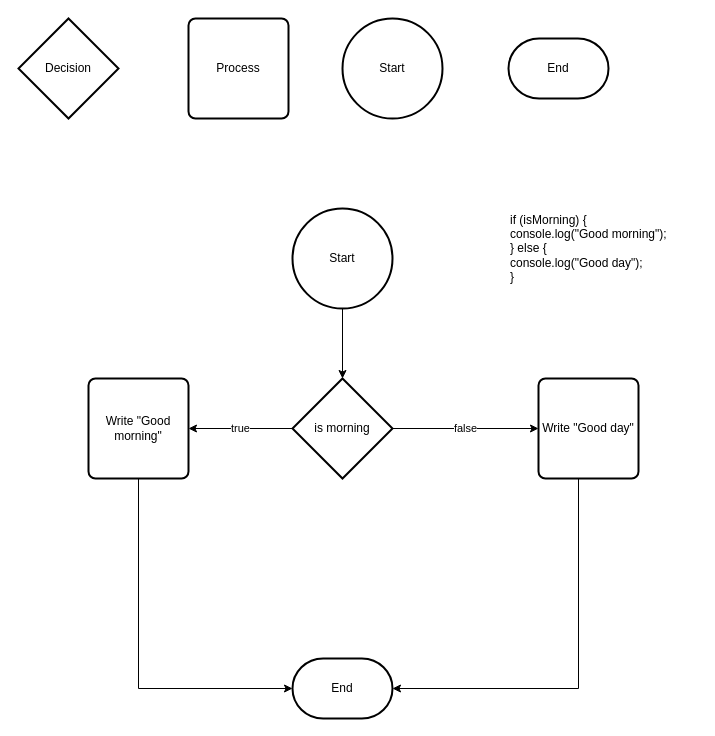
Before: page "Say hello" (1 of 6) of Untitled Diagram.drawio in YingCG/Algorithms-Learning, a draw.io diagram. Source tidied: cells renumbered, new cells numbered last; positions are measured from the earlier drawing's top-left corner, leaving out a move shared by most shapes. Both pictures are drawn from the tidied source at 100%, with x=0, y=0 at pixel (18, 18).
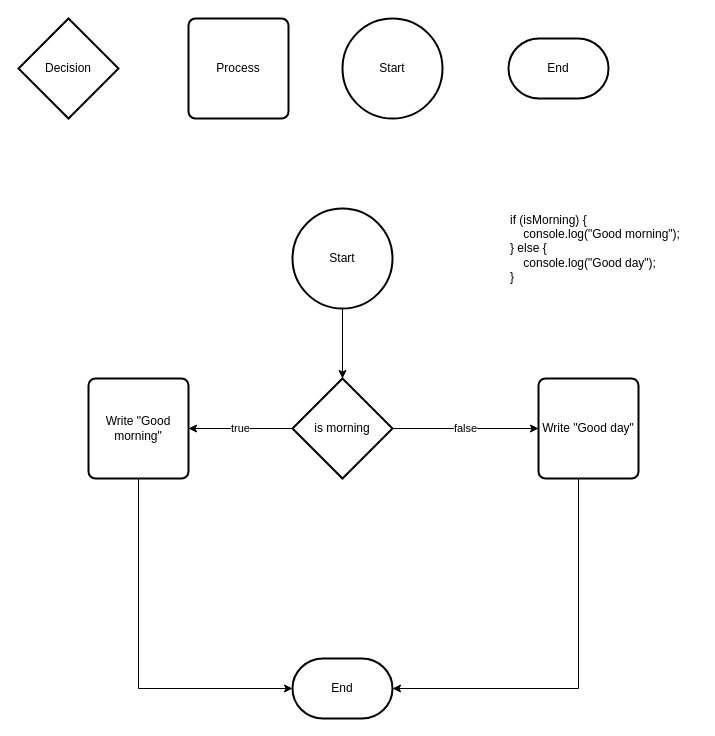
Above is the later version.

Diff of the diagram source:
```diff
@@
 <mxGraphModel>
   <root>
     <mxCell id="0" />
     <mxCell id="1" parent="0" />
     <mxCell id="2" value="Decision" style="strokeWidth=2;html=1;shape=mxgraph.flowchart.decision;whiteSpace=wrap;" parent="1" vertex="1">
       <mxGeometry width="100" height="100" as="geometry" />
     </mxCell>
     <mxCell id="3" value="Process" style="rounded=1;whiteSpace=wrap;html=1;absoluteArcSize=1;arcSize=14;strokeWidth=2;" parent="1" vertex="1">
       <mxGeometry x="170" width="100" height="100" as="geometry" />
     </mxCell>
     <mxCell id="4" value="Start" style="strokeWidth=2;html=1;shape=mxgraph.flowchart.start_2;whiteSpace=wrap;" parent="1" vertex="1">
       <mxGeometry x="324" width="100" height="100" as="geometry" />
     </mxCell>
     <mxCell id="5" value="End" style="strokeWidth=2;html=1;shape=mxgraph.flowchart.terminator;whiteSpace=wrap;" parent="1" vertex="1">
       <mxGeometry x="490" y="20" width="100" height="60" as="geometry" />
     </mxCell>
     <mxCell id="6" style="edgeStyle=orthogonalEdgeStyle;rounded=0;jettySize=auto;html=1;" parent="1" edge="1" source="7" target="10">
       <mxGeometry relative="1" as="geometry" />
     </mxCell>
     <mxCell id="7" value="Start" style="strokeWidth=2;html=1;shape=mxgraph.flowchart.start_2;whiteSpace=wrap;" parent="1" vertex="1">
       <mxGeometry x="274" y="190" width="100" height="100" as="geometry" />
     </mxCell>
     <mxCell id="8" value="true" style="edgeStyle=orthogonalEdgeStyle;rounded=0;jettySize=auto;html=1;entryX=1;entryY=0.5;entryDx=0;entryDy=0;" parent="1" edge="1" source="10" target="12">
       <mxGeometry relative="1" as="geometry" />
     </mxCell>
     <mxCell id="9" value="&lt;div&gt;false&lt;/div&gt;" style="edgeStyle=orthogonalEdgeStyle;rounded=0;jettySize=auto;html=1;" parent="1" edge="1" source="10" target="14">
       <mxGeometry relative="1" as="geometry" />
     </mxCell>
     <mxCell id="10" value="is morning" style="strokeWidth=2;html=1;shape=mxgraph.flowchart.decision;whiteSpace=wrap;" parent="1" vertex="1">
       <mxGeometry x="274" y="360" width="100" height="100" as="geometry" />
     </mxCell>
     <mxCell id="11" style="edgeStyle=orthogonalEdgeStyle;rounded=0;jettySize=auto;html=1;entryX=0;entryY=0.5;entryDx=0;entryDy=0;entryPerimeter=0;" parent="1" edge="1" source="12" target="15">
       <mxGeometry relative="1" as="geometry">
         <Array as="points">
           <mxPoint x="120" y="670" />
         </Array>
       </mxGeometry>
     </mxCell>
     <mxCell id="12" value="Write &quot;Good morning&quot;" style="rounded=1;whiteSpace=wrap;html=1;absoluteArcSize=1;arcSize=14;strokeWidth=2;" parent="1" vertex="1">
       <mxGeometry x="70" y="360" width="100" height="100" as="geometry" />
     </mxCell>
     <mxCell id="13" style="edgeStyle=orthogonalEdgeStyle;rounded=0;jettySize=auto;html=1;entryX=1;entryY=0.5;entryDx=0;entryDy=0;entryPerimeter=0;" parent="1" edge="1" source="14" target="15">
       <mxGeometry relative="1" as="geometry">
         <Array as="points">
           <mxPoint x="560" y="670" />
         </Array>
       </mxGeometry>
     </mxCell>
     <mxCell id="14" value="Write &quot;Good day&quot;" style="rounded=1;whiteSpace=wrap;html=1;absoluteArcSize=1;arcSize=14;strokeWidth=2;" parent="1" vertex="1">
       <mxGeometry x="520" y="360" width="100" height="100" as="geometry" />
     </mxCell>
     <mxCell id="15" value="End" style="strokeWidth=2;html=1;shape=mxgraph.flowchart.terminator;whiteSpace=wrap;" parent="1" vertex="1">
       <mxGeometry x="274" y="640" width="100" height="60" as="geometry" />
     </mxCell>
-    <mxCell id="16" value="&lt;div&gt;if (isMorning) {&lt;/div&gt;&lt;div&gt;console.log(&quot;Good morning&quot;);&lt;/div&gt;&lt;div&gt;} else {&lt;/div&gt;&lt;div&gt;console.log(&quot;Good day&quot;);&lt;/div&gt;&lt;div&gt;}&lt;br&gt;&lt;/div&gt;" style="text;html=1;align=left;verticalAlign=middle;strokeColor=none;" parent="1" vertex="1">
-      <mxGeometry x="490" y="190" width="180" height="80" as="geometry" />
+    <mxCell id="16" value="&lt;div&gt;if (isMorning) {&lt;/div&gt;&lt;div&gt;&amp;nbsp;&amp;nbsp;&amp;nbsp; console.log(&quot;Good morning&quot;);&lt;/div&gt;&lt;div&gt;} else {&lt;/div&gt;&lt;div&gt;&amp;nbsp;&amp;nbsp;&amp;nbsp; console.log(&quot;Good day&quot;);&lt;/div&gt;&lt;div&gt;}&lt;br&gt;&lt;/div&gt;" style="text;html=1;align=left;verticalAlign=middle;strokeColor=none;" parent="1" vertex="1">
+      <mxGeometry x="490" y="190" width="190" height="80" as="geometry" />
     </mxCell>
   </root>
 </mxGraphModel>
```
